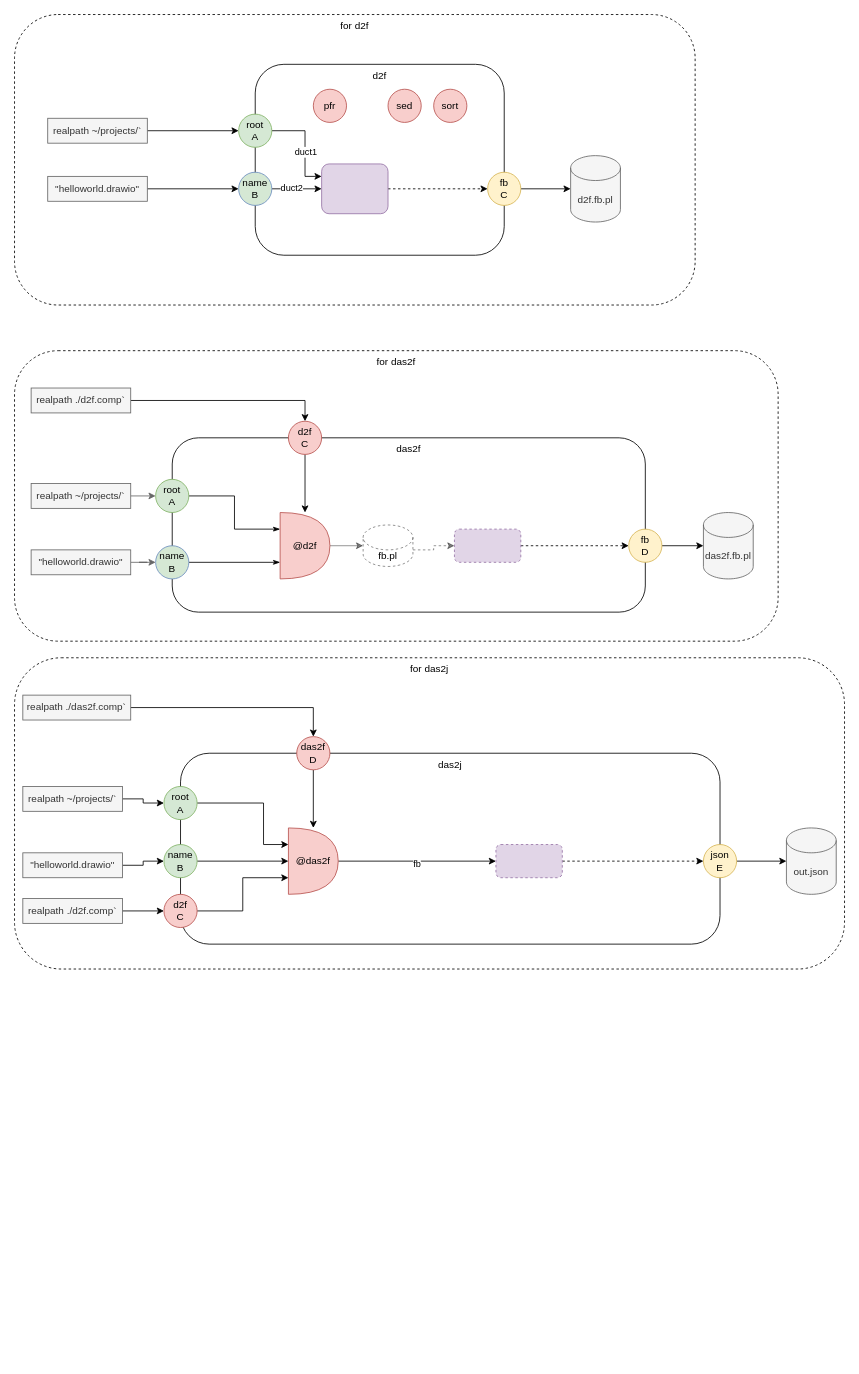
Earlier version of the draw.io diagram page "Page-2" (2 of 2) of components.drawio (guitarvydas/d2py). Source tidied: cells renumbered, new cells numbered last; positions are measured from the earlier drawing's top-left corner, leaving out a move shared by most shapes. Both pictures are drawn from the tidied source at 83%, with x=0, y=0 at pixel (14, 14).
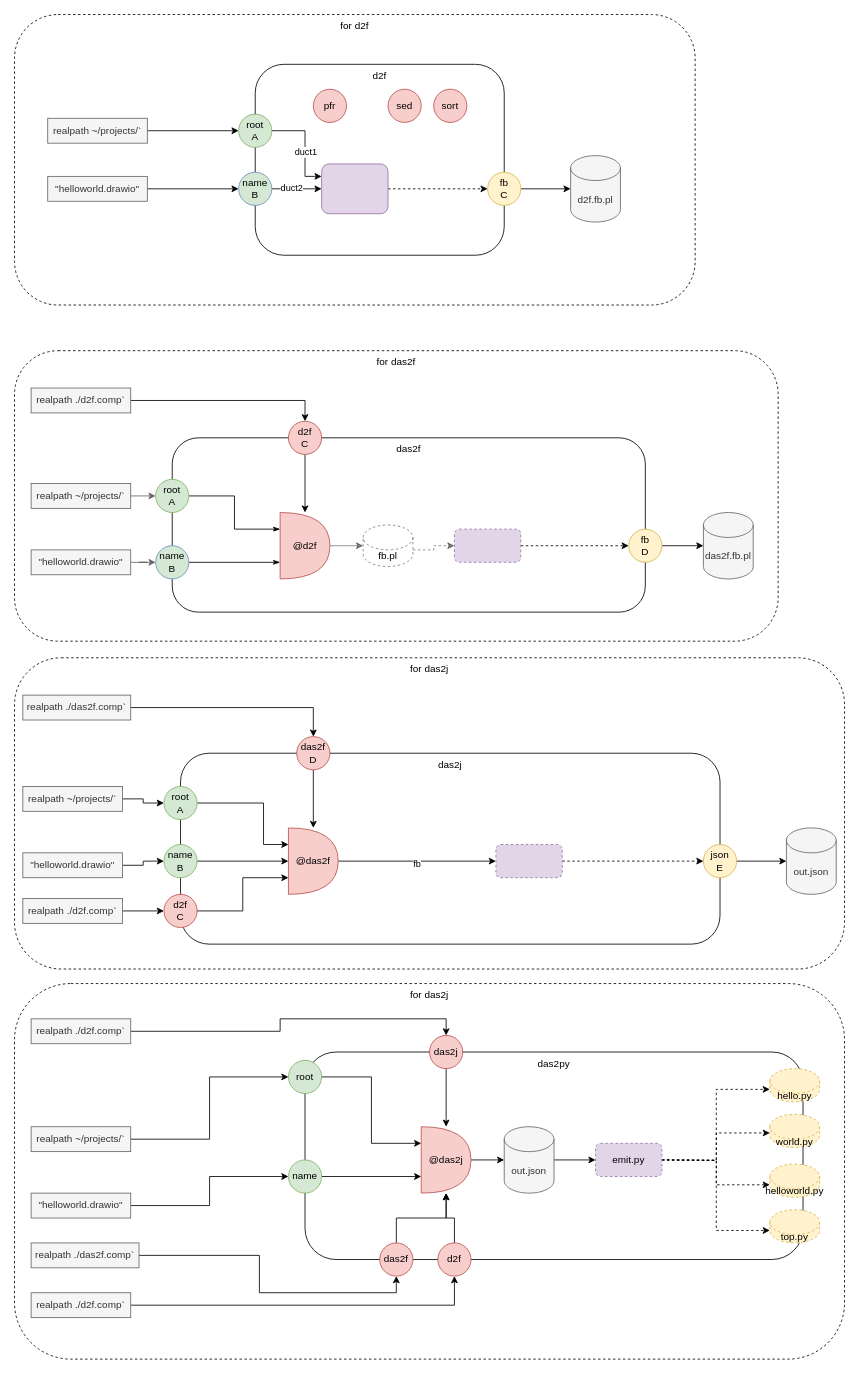
After the change.

Diff of the diagram source:
```diff
@@
+    <mxCell id="71" value="for das2j" style="rounded=1;whiteSpace=wrap;html=1;dashed=1;verticalAlign=top;" parent="1" vertex="1">
+      <mxGeometry y="1167.5" width="1000" height="452.5" as="geometry" />
+    </mxCell>
@@
+    <mxCell id="72" value="das2py" style="rounded=1;whiteSpace=wrap;html=1;verticalAlign=top;" parent="1" vertex="1">
+      <mxGeometry x="350" y="1250" width="600" height="250" as="geometry" />
+    </mxCell>
+    <mxCell id="73" style="edgeStyle=orthogonalEdgeStyle;rounded=0;jettySize=auto;html=1;exitX=0.5;exitY=1;exitDx=0;exitDy=0;" parent="1" edge="1" source="74" target="76">
+      <mxGeometry relative="1" as="geometry" />
+    </mxCell>
+    <mxCell id="74" value="das2j" style="ellipse;whiteSpace=wrap;html=1;fillColor=#f8cecc;strokeColor=#b85450;" parent="1" vertex="1">
+      <mxGeometry x="500" y="1230" width="40" height="40" as="geometry" />
+    </mxCell>
+    <mxCell id="75" style="edgeStyle=orthogonalEdgeStyle;rounded=0;jettySize=auto;html=1;exitX=1;exitY=0.5;exitDx=0;exitDy=0;exitPerimeter=0;entryX=0;entryY=0.5;entryDx=0;entryDy=0;entryPerimeter=0;" parent="1" edge="1" source="76" target="105">
+      <mxGeometry relative="1" as="geometry" />
+    </mxCell>
+    <mxCell id="76" value="@das2j" style="shape=or;whiteSpace=wrap;html=1;fillColor=#f8cecc;strokeColor=#b85450;" parent="1" vertex="1">
+      <mxGeometry x="490" y="1340" width="60" height="80" as="geometry" />
+    </mxCell>
+    <mxCell id="77" style="edgeStyle=orthogonalEdgeStyle;rounded=0;jettySize=auto;html=1;exitX=1;exitY=0.5;exitDx=0;exitDy=0;exitPerimeter=0;entryX=0;entryY=1;entryDx=0;entryDy=-15;dashed=1;entryPerimeter=0;" parent="1" edge="1" target="85">
+      <mxGeometry relative="1" as="geometry">
+        <mxPoint x="780" y="1380" as="sourcePoint" />
+      </mxGeometry>
+    </mxCell>
+    <mxCell id="78" style="edgeStyle=orthogonalEdgeStyle;rounded=0;jettySize=auto;html=1;entryX=0;entryY=1;entryDx=0;entryDy=-15;dashed=1;entryPerimeter=0;" parent="1" edge="1" target="87">
+      <mxGeometry relative="1" as="geometry">
+        <mxPoint x="780" y="1380" as="sourcePoint" />
+      </mxGeometry>
+    </mxCell>
+    <mxCell id="79" style="edgeStyle=orthogonalEdgeStyle;rounded=0;jettySize=auto;html=1;entryX=0;entryY=1;entryDx=0;entryDy=-15;dashed=1;entryPerimeter=0;" parent="1" edge="1" target="88">
+      <mxGeometry relative="1" as="geometry">
+        <mxPoint x="780" y="1380" as="sourcePoint" />
+      </mxGeometry>
+    </mxCell>
+    <mxCell id="80" style="edgeStyle=orthogonalEdgeStyle;rounded=0;jettySize=auto;html=1;entryX=0;entryY=0;entryDx=0;entryDy=22.5;dashed=1;entryPerimeter=0;" parent="1" edge="1" target="86">
+      <mxGeometry relative="1" as="geometry">
+        <mxPoint x="780" y="1380" as="sourcePoint" />
+      </mxGeometry>
+    </mxCell>
+    <mxCell id="81" style="edgeStyle=orthogonalEdgeStyle;rounded=0;jettySize=auto;html=1;exitX=1;exitY=0.5;exitDx=0;exitDy=0;entryX=0;entryY=0.75;entryDx=0;entryDy=0;entryPerimeter=0;" parent="1" edge="1" source="82" target="76">
+      <mxGeometry relative="1" as="geometry" />
+    </mxCell>
+    <mxCell id="82" value="name" style="ellipse;whiteSpace=wrap;html=1;fillColor=#d5e8d4;strokeColor=#82b366;" parent="1" vertex="1">
+      <mxGeometry x="330" y="1380" width="40" height="40" as="geometry" />
+    </mxCell>
+    <mxCell id="83" style="edgeStyle=orthogonalEdgeStyle;rounded=0;jettySize=auto;html=1;exitX=1;exitY=0.5;exitDx=0;exitDy=0;entryX=0;entryY=0.25;entryDx=0;entryDy=0;entryPerimeter=0;endArrow=classic;endFill=1;strokeColor=#000000;strokeWidth=1;" parent="1" edge="1" source="84" target="76">
+      <mxGeometry relative="1" as="geometry" />
+    </mxCell>
+    <mxCell id="84" value="root" style="ellipse;whiteSpace=wrap;html=1;fillColor=#d5e8d4;strokeColor=#82b366;" parent="1" vertex="1">
+      <mxGeometry x="330" y="1260" width="40" height="40" as="geometry" />
+    </mxCell>
+    <mxCell id="85" value="hello.py" style="shape=cylinder3;whiteSpace=wrap;html=1;boundedLbl=1;backgroundOutline=1;size=15;dashed=1;fillColor=#fff2cc;strokeColor=#d6b656;" parent="1" vertex="1">
+      <mxGeometry x="910" y="1270" width="60" height="40" as="geometry" />
+    </mxCell>
+    <mxCell id="86" value="world.py" style="shape=cylinder3;whiteSpace=wrap;html=1;boundedLbl=1;backgroundOutline=1;size=15;dashed=1;fillColor=#fff2cc;strokeColor=#d6b656;" parent="1" vertex="1">
+      <mxGeometry x="910" y="1325" width="60" height="40" as="geometry" />
+    </mxCell>
+    <mxCell id="87" value="helloworld.py" style="shape=cylinder3;whiteSpace=wrap;html=1;boundedLbl=1;backgroundOutline=1;size=15;dashed=1;fillColor=#fff2cc;strokeColor=#d6b656;" parent="1" vertex="1">
+      <mxGeometry x="910" y="1385" width="60" height="40" as="geometry" />
+    </mxCell>
+    <mxCell id="88" value="top.py" style="shape=cylinder3;whiteSpace=wrap;html=1;boundedLbl=1;backgroundOutline=1;size=15;dashed=1;fillColor=#fff2cc;strokeColor=#d6b656;" parent="1" vertex="1">
+      <mxGeometry x="910" y="1440" width="60" height="40" as="geometry" />
+    </mxCell>
+    <mxCell id="89" style="edgeStyle=orthogonalEdgeStyle;rounded=0;jettySize=auto;html=1;endArrow=classic;endFill=1;strokeColor=#000000;strokeWidth=1;" parent="1" edge="1" source="90" target="76">
+      <mxGeometry relative="1" as="geometry">
+        <Array as="points">
+          <mxPoint x="460" y="1450" />
+          <mxPoint x="520" y="1450" />
+        </Array>
+      </mxGeometry>
+    </mxCell>
+    <mxCell id="90" value="das2f" style="ellipse;whiteSpace=wrap;html=1;fillColor=#f8cecc;strokeColor=#b85450;" parent="1" vertex="1">
+      <mxGeometry x="440" y="1480" width="40" height="40" as="geometry" />
+    </mxCell>
+    <mxCell id="91" style="edgeStyle=orthogonalEdgeStyle;rounded=0;jettySize=auto;html=1;exitX=0.5;exitY=0;exitDx=0;exitDy=0;endArrow=classic;endFill=1;strokeColor=#000000;strokeWidth=1;" parent="1" edge="1" source="92" target="76">
+      <mxGeometry relative="1" as="geometry" />
+    </mxCell>
+    <mxCell id="92" value="d2f" style="ellipse;whiteSpace=wrap;html=1;fillColor=#f8cecc;strokeColor=#b85450;" parent="1" vertex="1">
+      <mxGeometry x="510" y="1480" width="40" height="40" as="geometry" />
+    </mxCell>
+    <mxCell id="93" value="emit.py" style="rounded=1;whiteSpace=wrap;html=1;fillColor=#e1d5e7;strokeColor=#9673a6;dashed=1;" parent="1" vertex="1">
+      <mxGeometry x="700" y="1360" width="80" height="40" as="geometry" />
+    </mxCell>
+    <mxCell id="94" style="edgeStyle=orthogonalEdgeStyle;rounded=0;jettySize=auto;html=1;entryX=0;entryY=0.5;entryDx=0;entryDy=0;" parent="1" edge="1" source="95" target="84">
+      <mxGeometry relative="1" as="geometry" />
+    </mxCell>
+    <mxCell id="95" value="realpath ~/projects/`" style="rounded=0;whiteSpace=wrap;html=1;fillColor=#f5f5f5;strokeColor=#666666;fontColor=#333333;" parent="1" vertex="1">
+      <mxGeometry x="20" y="1340" width="120" height="30" as="geometry" />
+    </mxCell>
+    <mxCell id="96" style="edgeStyle=orthogonalEdgeStyle;rounded=0;jettySize=auto;html=1;exitX=1;exitY=0.5;exitDx=0;exitDy=0;entryX=0;entryY=0.5;entryDx=0;entryDy=0;" parent="1" edge="1" source="97" target="82">
+      <mxGeometry relative="1" as="geometry" />
+    </mxCell>
+    <mxCell id="97" value="&quot;helloworld.drawio&quot;" style="rounded=0;whiteSpace=wrap;html=1;fillColor=#f5f5f5;strokeColor=#666666;fontColor=#333333;" parent="1" vertex="1">
+      <mxGeometry x="20" y="1420" width="120" height="30" as="geometry" />
+    </mxCell>
+    <mxCell id="98" style="edgeStyle=orthogonalEdgeStyle;rounded=0;jettySize=auto;html=1;exitX=1;exitY=0.5;exitDx=0;exitDy=0;entryX=0.5;entryY=1;entryDx=0;entryDy=0;" parent="1" edge="1" source="99" target="92">
+      <mxGeometry relative="1" as="geometry" />
+    </mxCell>
+    <mxCell id="99" value="realpath ./d2f.comp`" style="rounded=0;whiteSpace=wrap;html=1;fillColor=#f5f5f5;strokeColor=#666666;fontColor=#333333;" parent="1" vertex="1">
+      <mxGeometry x="20" y="1540" width="120" height="30" as="geometry" />
+    </mxCell>
+    <mxCell id="100" style="edgeStyle=orthogonalEdgeStyle;rounded=0;jettySize=auto;html=1;exitX=1;exitY=0.5;exitDx=0;exitDy=0;entryX=0.5;entryY=1;entryDx=0;entryDy=0;" parent="1" edge="1" source="101" target="90">
+      <mxGeometry relative="1" as="geometry" />
+    </mxCell>
+    <mxCell id="101" value="realpath ./das2f.comp`" style="rounded=0;whiteSpace=wrap;html=1;fillColor=#f5f5f5;strokeColor=#666666;fontColor=#333333;" parent="1" vertex="1">
+      <mxGeometry x="20" y="1480" width="130" height="30" as="geometry" />
+    </mxCell>
+    <mxCell id="102" style="edgeStyle=orthogonalEdgeStyle;rounded=0;jettySize=auto;html=1;exitX=1;exitY=0.5;exitDx=0;exitDy=0;entryX=0.5;entryY=0;entryDx=0;entryDy=0;" parent="1" edge="1" source="103" target="74">
+      <mxGeometry relative="1" as="geometry" />
+    </mxCell>
+    <mxCell id="103" value="realpath ./d2f.comp`" style="rounded=0;whiteSpace=wrap;html=1;fillColor=#f5f5f5;strokeColor=#666666;fontColor=#333333;" parent="1" vertex="1">
+      <mxGeometry x="20" y="1210" width="120" height="30" as="geometry" />
+    </mxCell>
+    <mxCell id="104" style="edgeStyle=orthogonalEdgeStyle;rounded=0;jettySize=auto;html=1;exitX=1;exitY=0.5;exitDx=0;exitDy=0;exitPerimeter=0;entryX=0;entryY=0.5;entryDx=0;entryDy=0;" parent="1" edge="1" source="105" target="93">
+      <mxGeometry relative="1" as="geometry" />
+    </mxCell>
+    <mxCell id="105" value="out.json" style="shape=cylinder3;whiteSpace=wrap;html=1;boundedLbl=1;backgroundOutline=1;size=15;fillColor=#f5f5f5;strokeColor=#666666;fontColor=#333333;" parent="1" vertex="1">
+      <mxGeometry x="590" y="1340" width="60" height="80" as="geometry" />
+    </mxCell>
```
